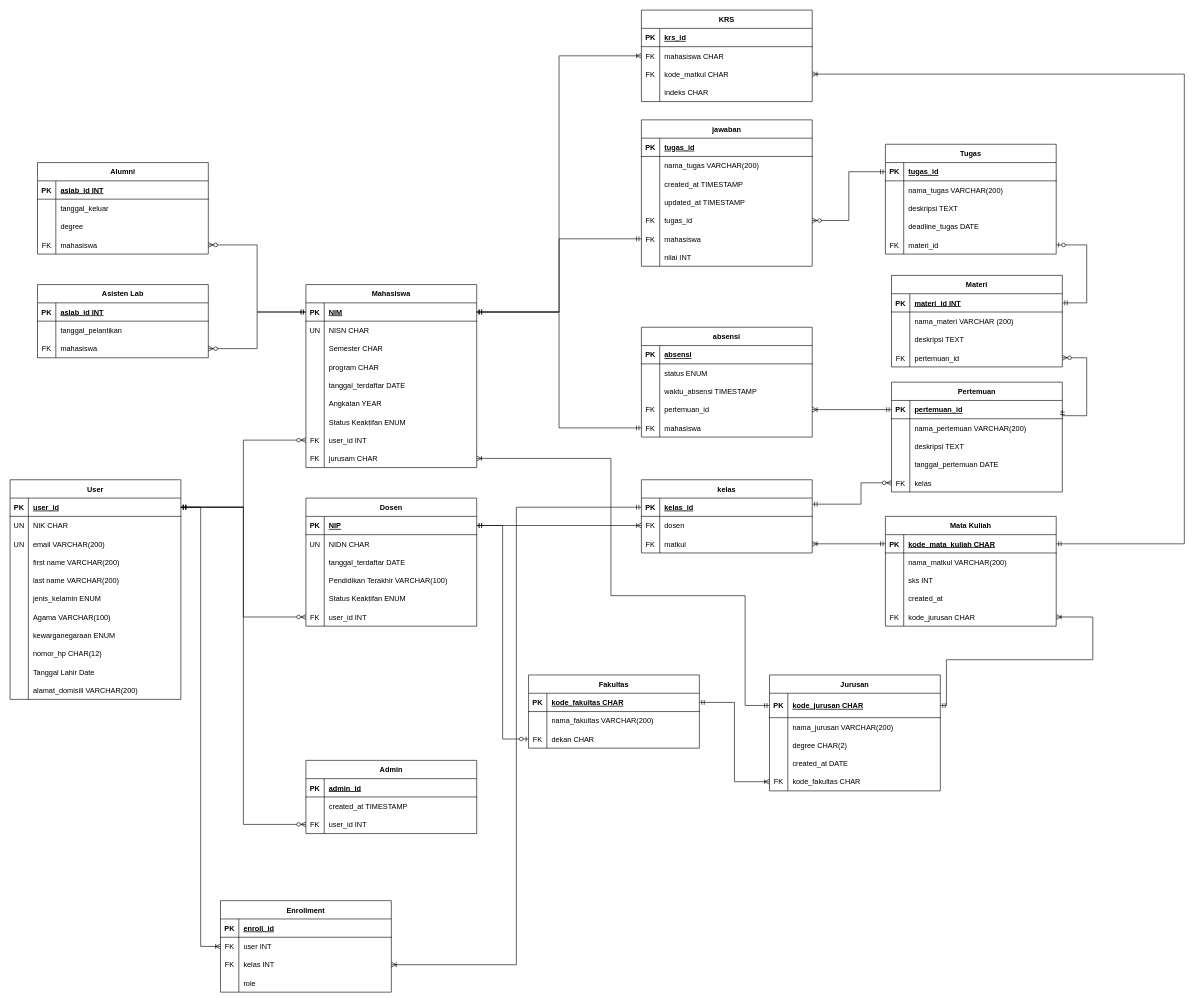
The draw.io diagram Database/newRelationship.drawio in DzakiyDzakwan/TubesSBD, before the edit. Source tidied: cells renumbered, new cells numbered last; positions are measured from the earlier drawing's top-left corner, leaving out a move shared by most shapes. Both pictures are drawn from the tidied source at 61%, with x=0, y=0 at pixel (10, 10).
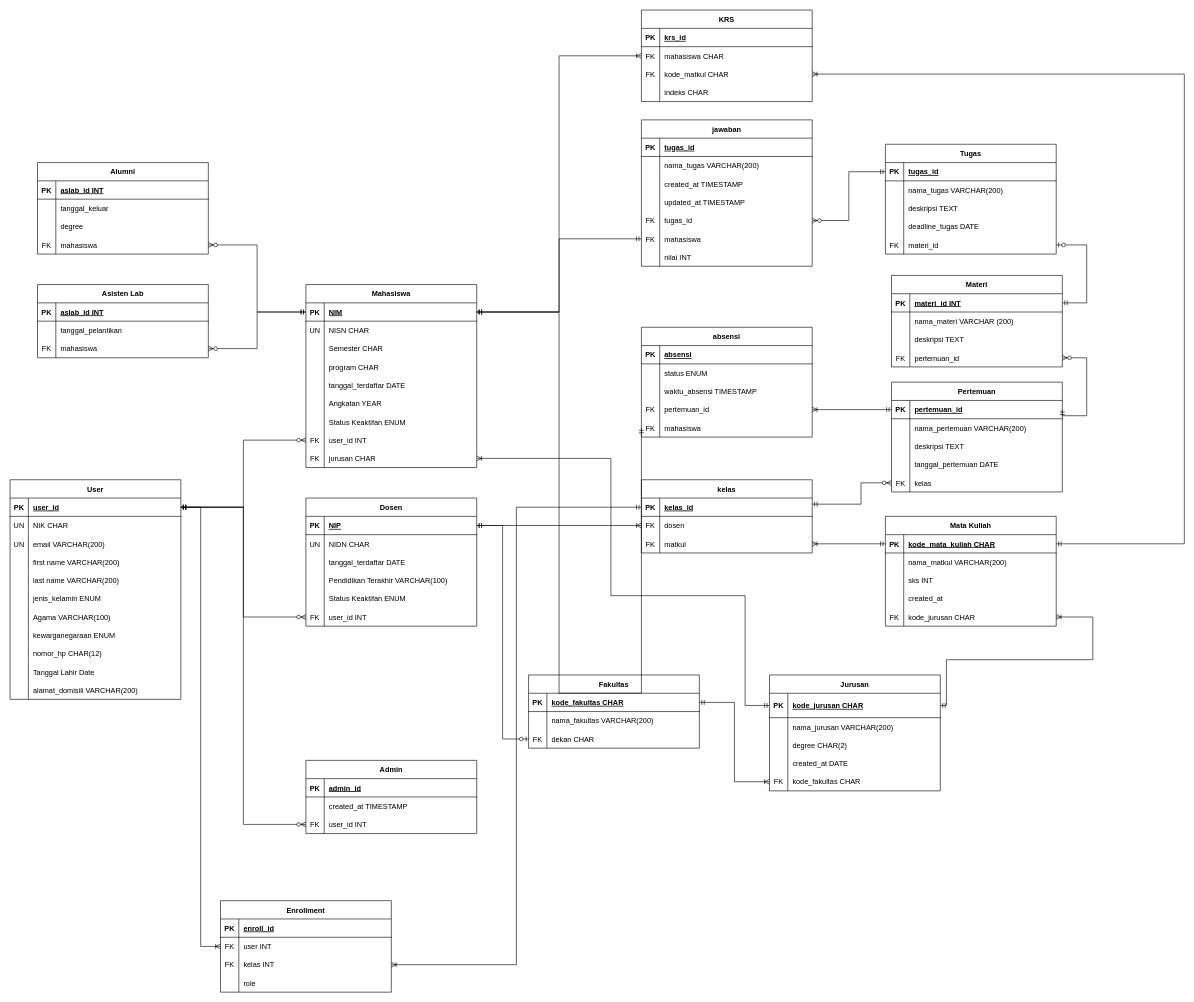
The same diagram, later.

Unchanged cells that the change refers to:
```xml
<mxCell id="56" style="shape=partialRectangle;fillColor=none;points=[[0,0.5],[1,0.5]];portConstraint=eastwest;top=0;left=0;right=0;bottom=1;" parent="55" vertex="1">
  <mxGeometry y="30" width="280" height="30" as="geometry" />
</mxCell>
<mxCell id="80" style="shape=partialRectangle;fillColor=none;points=[[0,0.5],[1,0.5]];portConstraint=eastwest;top=0;left=0;right=0;bottom=0;" parent="55" vertex="1">
  <mxGeometry y="270" width="280" height="30" as="geometry" />
</mxCell>
<mxCell id="206" style="shape=partialRectangle;fillColor=none;points=[[0,0.5],[1,0.5]];portConstraint=eastwest;top=0;left=0;right=0;bottom=0;" parent="193" vertex="1">
  <mxGeometry y="150" width="280" height="30" as="geometry" />
</mxCell>
```

The edit, as a diff of the source:
```diff
@@
-    <mxCell id="82" value="jurusam CHAR" style="shape=partialRectangle;overflow=hidden;fillColor=none;top=0;left=0;bottom=0;right=0;align=left;spacingLeft=6;" parent="80" vertex="1">
+    <mxCell id="82" value="jurusan CHAR" style="shape=partialRectangle;overflow=hidden;fillColor=none;top=0;left=0;bottom=0;right=0;align=left;spacingLeft=6;" parent="80" vertex="1">
       <mxGeometry x="30" width="250" height="30" as="geometry" />
     </mxCell>
@@
     <mxCell id="290" style="edgeStyle=orthogonalEdgeStyle;fontSize=12;html=1;endArrow=ERmandOne;startArrow=ERmandOne;rounded=0;entryX=0;entryY=0.5;entryDx=0;entryDy=0;" parent="1" edge="1" source="56" target="206">
-      <mxGeometry relative="1" as="geometry" />
+      <mxGeometry relative="1" as="geometry">
+        <Array as="points">
+          <mxPoint x="900" y="495" />
+          <mxPoint x="900" y="1120" />
+          <mxPoint x="1035" y="1120" />
+        </Array>
+      </mxGeometry>
     </mxCell>
```
